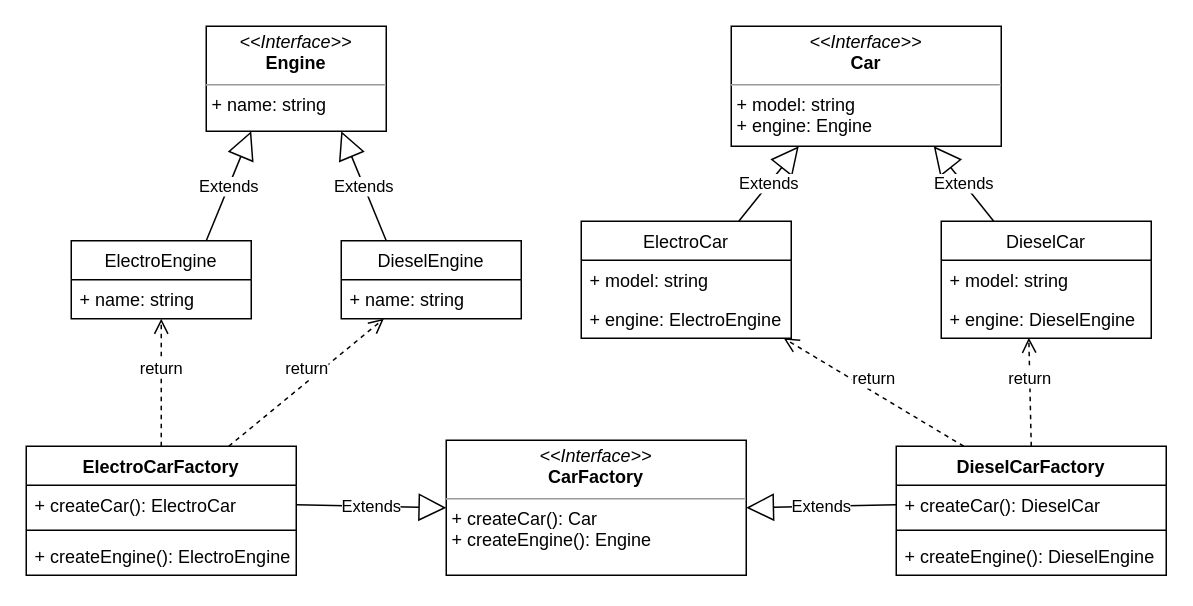
Before: Generators_patterns/pattern_abbstractFactory/abstractFactory_UML.drawio in Nik6996/test_pattern, a draw.io diagram. Source tidied: cells renumbered, new cells numbered last; positions are measured from the earlier drawing's top-left corner, leaving out a move shared by most shapes. Both pictures are drawn from the tidied source at 150%, with x=0, y=0 at pixel (26, 26).
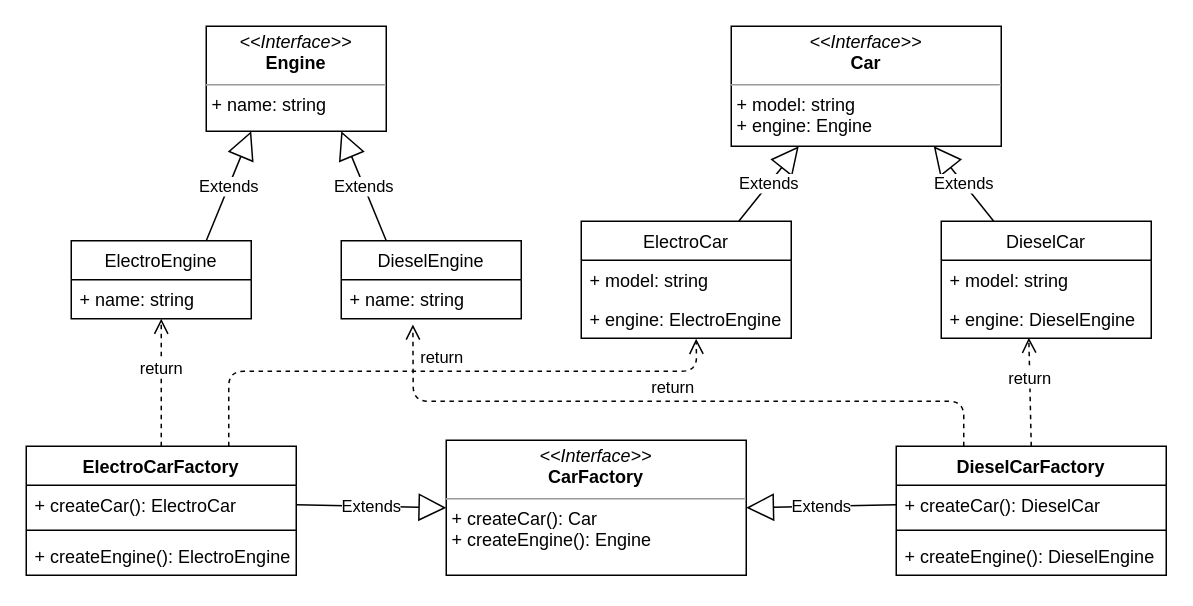
The same diagram, later.

The change refers to these unchanged cells:
```xml
<mxCell id="5" value="DieselEngine" style="swimlane;fontStyle=0;horizontal=1;startSize=26;fillColor=none;" parent="1" vertex="1">
  <mxGeometry x="210" y="143" width="120" height="52" as="geometry" />
</mxCell>
<mxCell id="6" value="+ name: string" style="text;strokeColor=none;fillColor=none;align=left;verticalAlign=top;spacingLeft=4;spacingRight=4;overflow=hidden;points=[[0,0.5],[1,0.5]];portConstraint=eastwest;" parent="5" vertex="1">
  <mxGeometry y="26" width="120" height="26" as="geometry" />
</mxCell>
<mxCell id="12" value="ElectroCar" style="swimlane;fontStyle=0;horizontal=1;startSize=26;fillColor=none;" parent="1" vertex="1">
  <mxGeometry x="370" y="130" width="140" height="78" as="geometry" />
</mxCell>
<mxCell id="14" value="+ engine: ElectroEngine&#10;" style="text;strokeColor=none;fillColor=none;align=left;verticalAlign=top;spacingLeft=4;spacingRight=4;overflow=hidden;points=[[0,0.5],[1,0.5]];portConstraint=eastwest;" parent="12" vertex="1">
  <mxGeometry y="52" width="140" height="26" as="geometry" />
</mxCell>
<mxCell id="21" value="DieselCarFactory" style="swimlane;fontStyle=1;align=center;verticalAlign=top;horizontal=1;startSize=26;" parent="1" vertex="1">
  <mxGeometry x="580" y="280" width="180" height="86" as="geometry" />
</mxCell>
<mxCell id="25" value="ElectroCarFactory" style="swimlane;fontStyle=1;align=center;verticalAlign=top;horizontal=1;startSize=26;" parent="1" vertex="1">
  <mxGeometry y="280" width="180" height="86" as="geometry" />
</mxCell>
```

The edit, as a diff of the source:
```diff
@@
-    <mxCell id="32" value="return" style="html=1;verticalAlign=bottom;endArrow=open;dashed=1;endSize=8;exitX=0.25;exitY=0;exitDx=0;exitDy=0;" parent="1" edge="1" source="21" target="12">
-      <mxGeometry relative="1" as="geometry" />
-    </mxCell>
-    <mxCell id="33" value="return" style="html=1;verticalAlign=bottom;endArrow=open;dashed=1;endSize=8;exitX=0.75;exitY=0;exitDx=0;exitDy=0;" parent="1" edge="1" source="25" target="5">
-      <mxGeometry relative="1" as="geometry" />
-    </mxCell>
@@
+    <mxCell id="35" value="return" style="html=1;verticalAlign=bottom;endArrow=open;dashed=1;endSize=8;exitX=0.75;exitY=0;exitDx=0;exitDy=0;entryX=0.547;entryY=1.015;entryDx=0;entryDy=0;entryPerimeter=0;" parent="1" edge="1" source="25" target="14">
+      <mxGeometry relative="1" as="geometry">
+        <Array as="points">
+          <mxPoint x="135" y="230" />
+          <mxPoint x="447" y="230" />
+        </Array>
+      </mxGeometry>
+    </mxCell>
+    <mxCell id="36" value="return" style="html=1;verticalAlign=bottom;endArrow=open;dashed=1;endSize=8;entryX=0.398;entryY=1.146;entryDx=0;entryDy=0;entryPerimeter=0;exitX=0.25;exitY=0;exitDx=0;exitDy=0;" parent="1" edge="1" source="21" target="6">
+      <mxGeometry relative="1" as="geometry">
+        <Array as="points">
+          <mxPoint x="625" y="250" />
+          <mxPoint x="258" y="250" />
+        </Array>
+      </mxGeometry>
+    </mxCell>
```
